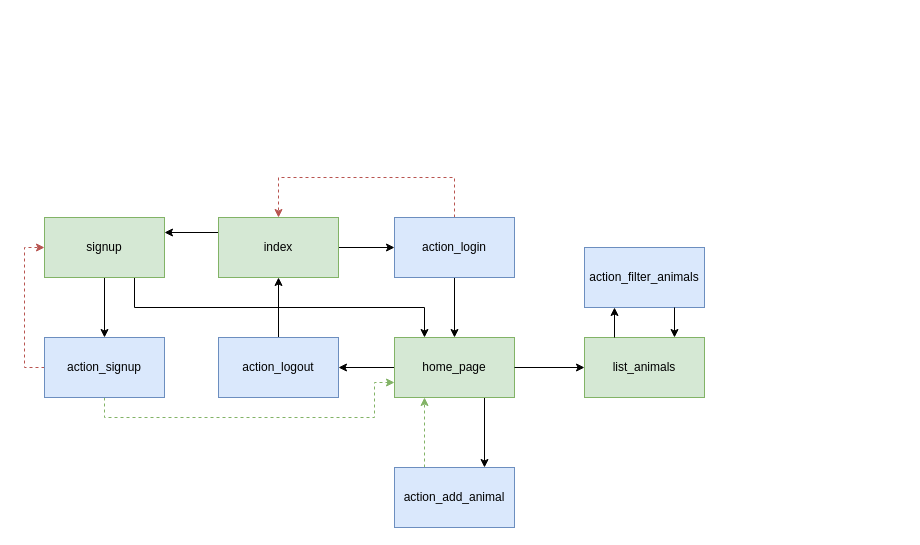
Earlier version of the draw.io diagram documentation/navigation_diagram.drawio (JoaoCostaIFG/LTW). Source tidied: cells renumbered, new cells numbered last; positions are measured from the earlier drawing's top-left corner, leaving out a move shared by most shapes. Both pictures are drawn from the tidied source at 100%, with x=0, y=0 at pixel (44, 177).
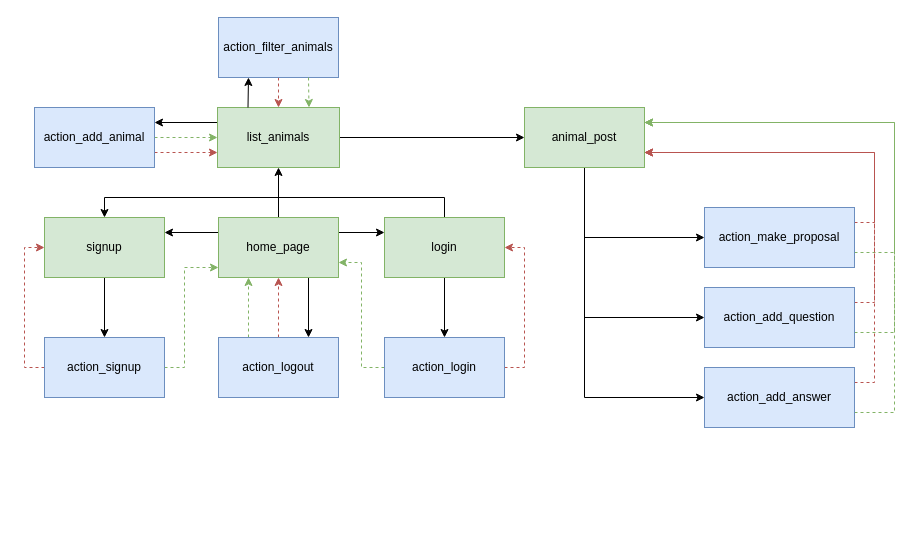
The same diagram, later.

Commit message (it also covers changes not shown here):
updated navigation diagram

Unchanged cells that the change refers to:
```xml
<mxCell id="7" value="signup" style="rounded=0;whiteSpace=wrap;html=1;fillColor=#d5e8d4;strokeColor=#82b366;" parent="1" vertex="1">
  <mxGeometry y="40" width="120" height="60" as="geometry" />
</mxCell>
<mxCell id="9" value="action_logout" style="rounded=0;whiteSpace=wrap;html=1;fillColor=#dae8fc;strokeColor=#6c8ebf;" parent="1" vertex="1">
  <mxGeometry x="174" y="160" width="120" height="60" as="geometry" />
</mxCell>
<mxCell id="12" value="action_signup" style="rounded=0;whiteSpace=wrap;html=1;fillColor=#dae8fc;strokeColor=#6c8ebf;" parent="1" vertex="1">
  <mxGeometry y="160" width="120" height="60" as="geometry" />
</mxCell>
```

The edit, as a diff of the source:
```diff
@@
-    <mxCell id="3" style="edgeStyle=orthogonalEdgeStyle;rounded=0;jettySize=auto;html=1;exitX=1;exitY=0.5;exitDx=0;exitDy=0;entryX=0;entryY=0.5;entryDx=0;entryDy=0;" parent="1" edge="1" source="4" target="18">
-      <mxGeometry relative="1" as="geometry" />
-    </mxCell>
+    <mxCell id="26" style="edgeStyle=orthogonalEdgeStyle;rounded=0;jettySize=auto;html=1;exitX=1;exitY=0.25;exitDx=0;exitDy=0;entryX=0;entryY=0.25;entryDx=0;entryDy=0;" parent="1" edge="1" source="4" target="51">
+      <mxGeometry relative="1" as="geometry" />
+    </mxCell>
+    <mxCell id="27" style="edgeStyle=orthogonalEdgeStyle;rounded=0;jettySize=auto;html=1;exitX=0.75;exitY=1;exitDx=0;exitDy=0;entryX=0.75;entryY=0;entryDx=0;entryDy=0;" parent="1" edge="1" source="4" target="9">
+      <mxGeometry relative="1" as="geometry" />
+    </mxCell>
+    <mxCell id="28" style="edgeStyle=orthogonalEdgeStyle;rounded=0;jettySize=auto;html=1;exitX=0.5;exitY=0;exitDx=0;exitDy=0;entryX=0.5;entryY=1;entryDx=0;entryDy=0;" parent="1" edge="1" source="4" target="21">
+      <mxGeometry relative="1" as="geometry" />
+    </mxCell>
-    <mxCell id="4" value="index" style="rounded=0;whiteSpace=wrap;html=1;fillColor=#d5e8d4;strokeColor=#82b366;" parent="1" vertex="1">
+    <mxCell id="4" value="&lt;div&gt;home_page&lt;/div&gt;" style="rounded=0;whiteSpace=wrap;html=1;fillColor=#d5e8d4;strokeColor=#82b366;" parent="1" vertex="1">
       <mxGeometry x="174" y="40" width="120" height="60" as="geometry" />
     </mxCell>
@@
-    <mxCell id="6" style="edgeStyle=orthogonalEdgeStyle;rounded=0;jettySize=auto;html=1;entryX=0.25;entryY=0;entryDx=0;entryDy=0;exitX=0.75;exitY=1;exitDx=0;exitDy=0;" parent="1" edge="1" source="7" target="15">
-      <mxGeometry relative="1" as="geometry">
-        <Array as="points">
-          <mxPoint x="90" y="130" />
-          <mxPoint x="380" y="130" />
-        </Array>
-      </mxGeometry>
-    </mxCell>
@@
-    <mxCell id="8" style="edgeStyle=orthogonalEdgeStyle;rounded=0;jettySize=auto;html=1;exitX=0.5;exitY=0;exitDx=0;exitDy=0;entryX=0.5;entryY=1;entryDx=0;entryDy=0;" parent="1" edge="1" source="9" target="4">
+    <mxCell id="8" style="edgeStyle=orthogonalEdgeStyle;rounded=0;jettySize=auto;html=1;exitX=0.25;exitY=0;exitDx=0;exitDy=0;entryX=0.25;entryY=1;entryDx=0;entryDy=0;fillColor=#d5e8d4;strokeColor=#82b366;dashed=1;" parent="1" edge="1" source="9" target="4">
       <mxGeometry relative="1" as="geometry" />
     </mxCell>
+    <mxCell id="29" style="edgeStyle=orthogonalEdgeStyle;rounded=0;jettySize=auto;html=1;exitX=0.5;exitY=0;exitDx=0;exitDy=0;entryX=0.5;entryY=1;entryDx=0;entryDy=0;fillColor=#f8cecc;strokeColor=#b85450;dashed=1;" parent="1" edge="1" source="9" target="4">
+      <mxGeometry relative="1" as="geometry" />
+    </mxCell>
@@
-    <mxCell id="11" style="edgeStyle=orthogonalEdgeStyle;rounded=0;jettySize=auto;html=1;exitX=0.5;exitY=1;exitDx=0;exitDy=0;dashed=1;entryX=0;entryY=0.75;entryDx=0;entryDy=0;fillColor=#d5e8d4;strokeColor=#82b366;" parent="1" edge="1" source="12" target="15">
+    <mxCell id="11" style="edgeStyle=orthogonalEdgeStyle;rounded=0;jettySize=auto;html=1;exitX=1;exitY=0.5;exitDx=0;exitDy=0;dashed=1;fillColor=#d5e8d4;strokeColor=#82b366;" parent="1" edge="1" source="12">
       <mxGeometry relative="1" as="geometry">
+        <mxPoint x="174" y="90" as="targetPoint" />
         <Array as="points">
-          <mxPoint x="60" y="240" />
-          <mxPoint x="330" y="240" />
-          <mxPoint x="330" y="205" />
+          <mxPoint x="140" y="190" />
+          <mxPoint x="140" y="90" />
         </Array>
       </mxGeometry>
     </mxCell>
@@
-    <mxCell id="13" style="edgeStyle=orthogonalEdgeStyle;rounded=0;jettySize=auto;html=1;exitX=0;exitY=0.5;exitDx=0;exitDy=0;entryX=1;entryY=0.5;entryDx=0;entryDy=0;" parent="1" edge="1" source="15" target="9">
-      <mxGeometry relative="1" as="geometry" />
-    </mxCell>
-    <mxCell id="14" style="edgeStyle=orthogonalEdgeStyle;rounded=0;jettySize=auto;html=1;exitX=0.75;exitY=1;exitDx=0;exitDy=0;entryX=0.75;entryY=0;entryDx=0;entryDy=0;" parent="1" edge="1" source="15" target="20">
-      <mxGeometry relative="1" as="geometry" />
-    </mxCell>
-    <mxCell id="15" value="home_page" style="rounded=0;whiteSpace=wrap;html=1;fillColor=#d5e8d4;strokeColor=#82b366;" parent="1" vertex="1">
-      <mxGeometry x="350" y="160" width="120" height="60" as="geometry" />
-    </mxCell>
-    <mxCell id="16" style="edgeStyle=orthogonalEdgeStyle;rounded=0;jettySize=auto;html=1;exitX=0.5;exitY=1;exitDx=0;exitDy=0;entryX=0.5;entryY=0;entryDx=0;entryDy=0;" parent="1" edge="1" source="18" target="15">
-      <mxGeometry relative="1" as="geometry" />
-    </mxCell>
-    <mxCell id="17" style="edgeStyle=orthogonalEdgeStyle;rounded=0;jettySize=auto;html=1;dashed=1;entryX=0.5;entryY=0;entryDx=0;entryDy=0;fillColor=#f8cecc;strokeColor=#b85450;" parent="1" edge="1" source="18" target="4">
-      <mxGeometry relative="1" as="geometry">
-        <Array as="points">
-          <mxPoint x="410" />
-          <mxPoint x="234" />
-        </Array>
-      </mxGeometry>
+    <mxCell id="17" style="edgeStyle=orthogonalEdgeStyle;rounded=0;jettySize=auto;html=1;exitX=0;exitY=0.5;exitDx=0;exitDy=0;entryX=1;entryY=0.75;entryDx=0;entryDy=0;fillColor=#d5e8d4;strokeColor=#82b366;dashed=1;" parent="1" edge="1" source="18" target="4">
+      <mxGeometry relative="1" as="geometry" />
     </mxCell>
+    <mxCell id="30" style="edgeStyle=orthogonalEdgeStyle;rounded=0;jettySize=auto;html=1;exitX=1;exitY=0.5;exitDx=0;exitDy=0;entryX=1;entryY=0.5;entryDx=0;entryDy=0;fillColor=#f8cecc;strokeColor=#b85450;dashed=1;" parent="1" edge="1" source="18" target="51">
+      <mxGeometry relative="1" as="geometry" />
+    </mxCell>
     <mxCell id="18" value="action_login" style="rounded=0;whiteSpace=wrap;html=1;fillColor=#dae8fc;strokeColor=#6c8ebf;" parent="1" vertex="1">
-      <mxGeometry x="350" y="40" width="120" height="60" as="geometry" />
+      <mxGeometry x="340" y="160" width="120" height="60" as="geometry" />
     </mxCell>
-    <mxCell id="19" style="edgeStyle=orthogonalEdgeStyle;rounded=0;jettySize=auto;html=1;exitX=0.25;exitY=0;exitDx=0;exitDy=0;entryX=0.25;entryY=1;entryDx=0;entryDy=0;fillColor=#d5e8d4;strokeColor=#82b366;dashed=1;" parent="1" edge="1" source="20" target="15">
-      <mxGeometry relative="1" as="geometry" />
-    </mxCell>
+    <mxCell id="31" style="edgeStyle=orthogonalEdgeStyle;rounded=0;jettySize=auto;html=1;exitX=1;exitY=0.5;exitDx=0;exitDy=0;entryX=0;entryY=0.5;entryDx=0;entryDy=0;fillColor=#d5e8d4;strokeColor=#82b366;dashed=1;" parent="1" edge="1" source="20" target="21">
+      <mxGeometry relative="1" as="geometry" />
+    </mxCell>
+    <mxCell id="32" style="edgeStyle=orthogonalEdgeStyle;rounded=0;jettySize=auto;html=1;exitX=1;exitY=0.75;exitDx=0;exitDy=0;entryX=0;entryY=0.75;entryDx=0;entryDy=0;fillColor=#f8cecc;strokeColor=#b85450;dashed=1;" parent="1" edge="1" source="20" target="21">
+      <mxGeometry relative="1" as="geometry" />
+    </mxCell>
     <mxCell id="20" value="action_add_animal" style="rounded=0;whiteSpace=wrap;html=1;fillColor=#dae8fc;strokeColor=#6c8ebf;" parent="1" vertex="1">
-      <mxGeometry x="350" y="290" width="120" height="60" as="geometry" />
+      <mxGeometry x="-10" y="-70" width="120" height="60" as="geometry" />
     </mxCell>
+    <mxCell id="33" style="edgeStyle=orthogonalEdgeStyle;rounded=0;jettySize=auto;html=1;exitX=1;exitY=0.5;exitDx=0;exitDy=0;entryX=0;entryY=0.5;entryDx=0;entryDy=0;" parent="1" edge="1" source="21" target="39">
+      <mxGeometry relative="1" as="geometry" />
+    </mxCell>
+    <mxCell id="34" style="edgeStyle=orthogonalEdgeStyle;rounded=0;jettySize=auto;html=1;exitX=0;exitY=0.25;exitDx=0;exitDy=0;entryX=1;entryY=0.25;entryDx=0;entryDy=0;" parent="1" edge="1" source="21" target="20">
+      <mxGeometry relative="1" as="geometry" />
+    </mxCell>
     <mxCell id="21" value="list_animals" style="rounded=0;whiteSpace=wrap;html=1;fillColor=#d5e8d4;strokeColor=#82b366;" parent="1" vertex="1">
-      <mxGeometry x="540" y="160" width="120" height="60" as="geometry" />
+      <mxGeometry x="173" y="-70" width="122" height="60" as="geometry" />
     </mxCell>
-    <mxCell id="22" style="endArrow=classic;html=1;entryX=0;entryY=0.5;entryDx=0;entryDy=0;exitX=1;exitY=0.5;exitDx=0;exitDy=0;" parent="1" edge="1" source="15" target="21">
-      <mxGeometry relative="1" as="geometry" />
-    </mxCell>
+    <mxCell id="35" style="edgeStyle=orthogonalEdgeStyle;rounded=0;jettySize=auto;html=1;exitX=0.5;exitY=1;exitDx=0;exitDy=0;entryX=0.5;entryY=0;entryDx=0;entryDy=0;dashed=1;fillColor=#f8cecc;strokeColor=#b85450;" parent="1" edge="1" source="23" target="21">
+      <mxGeometry relative="1" as="geometry" />
+    </mxCell>
     <mxCell id="23" value="&lt;div&gt;action_filter_animals&lt;/div&gt;" style="rounded=0;whiteSpace=wrap;html=1;fillColor=#dae8fc;strokeColor=#6c8ebf;" parent="1" vertex="1">
-      <mxGeometry x="540" y="70" width="120" height="60" as="geometry" />
+      <mxGeometry x="174" y="-160" width="120" height="60" as="geometry" />
     </mxCell>
-    <mxCell id="24" style="endArrow=classic;html=1;entryX=0.25;entryY=1;entryDx=0;entryDy=0;exitX=0.25;exitY=0;exitDx=0;exitDy=0;" parent="1" edge="1" source="21" target="23">
+    <mxCell id="24" style="endArrow=classic;html=1;exitX=0.25;exitY=0;exitDx=0;exitDy=0;entryX=0.25;entryY=1;entryDx=0;entryDy=0;" parent="1" edge="1" source="21" target="23">
       <mxGeometry relative="1" as="geometry" />
     </mxCell>
-    <mxCell id="25" style="endArrow=classic;html=1;entryX=0.75;entryY=0;entryDx=0;entryDy=0;exitX=0.75;exitY=1;exitDx=0;exitDy=0;" parent="1" edge="1" source="23" target="21">
+    <mxCell id="25" style="endArrow=classic;html=1;entryX=0.75;entryY=0;entryDx=0;entryDy=0;exitX=0.75;exitY=1;exitDx=0;exitDy=0;fillColor=#d5e8d4;strokeColor=#82b366;dashed=1;" parent="1" edge="1" source="23" target="21">
       <mxGeometry relative="1" as="geometry" />
     </mxCell>
+    <mxCell id="36" style="edgeStyle=orthogonalEdgeStyle;rounded=0;jettySize=auto;html=1;exitX=0.5;exitY=1;exitDx=0;exitDy=0;entryX=0;entryY=0.5;entryDx=0;entryDy=0;" parent="1" edge="1" source="39" target="42">
+      <mxGeometry relative="1" as="geometry" />
+    </mxCell>
+    <mxCell id="37" style="edgeStyle=orthogonalEdgeStyle;rounded=0;jettySize=auto;html=1;exitX=0.5;exitY=1;exitDx=0;exitDy=0;entryX=0;entryY=0.5;entryDx=0;entryDy=0;" parent="1" edge="1" source="39" target="45">
+      <mxGeometry relative="1" as="geometry" />
+    </mxCell>
+    <mxCell id="38" style="edgeStyle=orthogonalEdgeStyle;rounded=0;jettySize=auto;html=1;exitX=0.5;exitY=1;exitDx=0;exitDy=0;entryX=0;entryY=0.5;entryDx=0;entryDy=0;" parent="1" edge="1" source="39" target="48">
+      <mxGeometry relative="1" as="geometry" />
+    </mxCell>
+    <mxCell id="39" value="animal_post" style="rounded=0;whiteSpace=wrap;html=1;fillColor=#d5e8d4;strokeColor=#82b366;" parent="1" vertex="1">
+      <mxGeometry x="480" y="-70" width="120" height="60" as="geometry" />
+    </mxCell>
+    <mxCell id="40" style="edgeStyle=orthogonalEdgeStyle;rounded=0;jettySize=auto;html=1;exitX=1;exitY=0.75;exitDx=0;exitDy=0;entryX=1;entryY=0.25;entryDx=0;entryDy=0;fillColor=#d5e8d4;strokeColor=#82b366;dashed=1;" parent="1" edge="1" source="42" target="39">
+      <mxGeometry relative="1" as="geometry">
+        <Array as="points">
+          <mxPoint x="850" y="75" />
+          <mxPoint x="850" y="-55" />
+        </Array>
+      </mxGeometry>
+    </mxCell>
+    <mxCell id="41" style="edgeStyle=orthogonalEdgeStyle;rounded=0;jettySize=auto;html=1;exitX=1;exitY=0.25;exitDx=0;exitDy=0;entryX=1;entryY=0.75;entryDx=0;entryDy=0;dashed=1;fillColor=#f8cecc;strokeColor=#b85450;" parent="1" edge="1" source="42" target="39">
+      <mxGeometry relative="1" as="geometry" />
+    </mxCell>
+    <mxCell id="42" value="&lt;div&gt;action_make_proposal&lt;/div&gt;" style="rounded=0;whiteSpace=wrap;html=1;fillColor=#dae8fc;strokeColor=#6c8ebf;" parent="1" vertex="1">
+      <mxGeometry x="660" y="30" width="150" height="60" as="geometry" />
+    </mxCell>
+    <mxCell id="43" style="edgeStyle=orthogonalEdgeStyle;rounded=0;jettySize=auto;html=1;exitX=1;exitY=0.75;exitDx=0;exitDy=0;entryX=1;entryY=0.25;entryDx=0;entryDy=0;fillColor=#d5e8d4;strokeColor=#82b366;dashed=1;" parent="1" edge="1" source="45" target="39">
+      <mxGeometry relative="1" as="geometry">
+        <Array as="points">
+          <mxPoint x="850" y="155" />
+          <mxPoint x="850" y="-55" />
+        </Array>
+      </mxGeometry>
+    </mxCell>
+    <mxCell id="44" style="edgeStyle=orthogonalEdgeStyle;rounded=0;jettySize=auto;html=1;exitX=1;exitY=0.25;exitDx=0;exitDy=0;entryX=1;entryY=0.75;entryDx=0;entryDy=0;dashed=1;fillColor=#f8cecc;strokeColor=#b85450;" parent="1" edge="1" source="45" target="39">
+      <mxGeometry relative="1" as="geometry" />
+    </mxCell>
+    <mxCell id="45" value="action_add_question" style="rounded=0;whiteSpace=wrap;html=1;fillColor=#dae8fc;strokeColor=#6c8ebf;" parent="1" vertex="1">
+      <mxGeometry x="660" y="110" width="150" height="60" as="geometry" />
+    </mxCell>
+    <mxCell id="46" style="edgeStyle=orthogonalEdgeStyle;rounded=0;jettySize=auto;html=1;exitX=1;exitY=0.75;exitDx=0;exitDy=0;entryX=1;entryY=0.25;entryDx=0;entryDy=0;dashed=1;fillColor=#d5e8d4;strokeColor=#82b366;" parent="1" edge="1" source="48" target="39">
+      <mxGeometry relative="1" as="geometry">
+        <Array as="points">
+          <mxPoint x="850" y="235" />
+          <mxPoint x="850" y="-55" />
+        </Array>
+      </mxGeometry>
+    </mxCell>
+    <mxCell id="47" style="edgeStyle=orthogonalEdgeStyle;rounded=0;jettySize=auto;html=1;exitX=1;exitY=0.25;exitDx=0;exitDy=0;entryX=1;entryY=0.75;entryDx=0;entryDy=0;dashed=1;fillColor=#f8cecc;strokeColor=#b85450;" parent="1" edge="1" source="48" target="39">
+      <mxGeometry relative="1" as="geometry" />
+    </mxCell>
+    <mxCell id="48" value="action_add_answer" style="rounded=0;whiteSpace=wrap;html=1;fillColor=#dae8fc;strokeColor=#6c8ebf;" parent="1" vertex="1">
+      <mxGeometry x="660" y="190" width="150" height="60" as="geometry" />
+    </mxCell>
+    <mxCell id="49" style="edgeStyle=orthogonalEdgeStyle;rounded=0;jettySize=auto;html=1;exitX=0.5;exitY=1;exitDx=0;exitDy=0;entryX=0.5;entryY=0;entryDx=0;entryDy=0;" parent="1" edge="1" source="51" target="18">
+      <mxGeometry relative="1" as="geometry" />
+    </mxCell>
+    <mxCell id="50" style="edgeStyle=orthogonalEdgeStyle;rounded=0;jettySize=auto;html=1;exitX=0.5;exitY=0;exitDx=0;exitDy=0;entryX=0.5;entryY=0;entryDx=0;entryDy=0;" parent="1" edge="1" source="51" target="7">
+      <mxGeometry relative="1" as="geometry" />
+    </mxCell>
+    <mxCell id="51" value="&lt;div&gt;login&lt;/div&gt;" style="rounded=0;whiteSpace=wrap;html=1;fillColor=#d5e8d4;strokeColor=#82b366;" parent="1" vertex="1">
+      <mxGeometry x="340" y="40" width="120" height="60" as="geometry" />
+    </mxCell>
```
